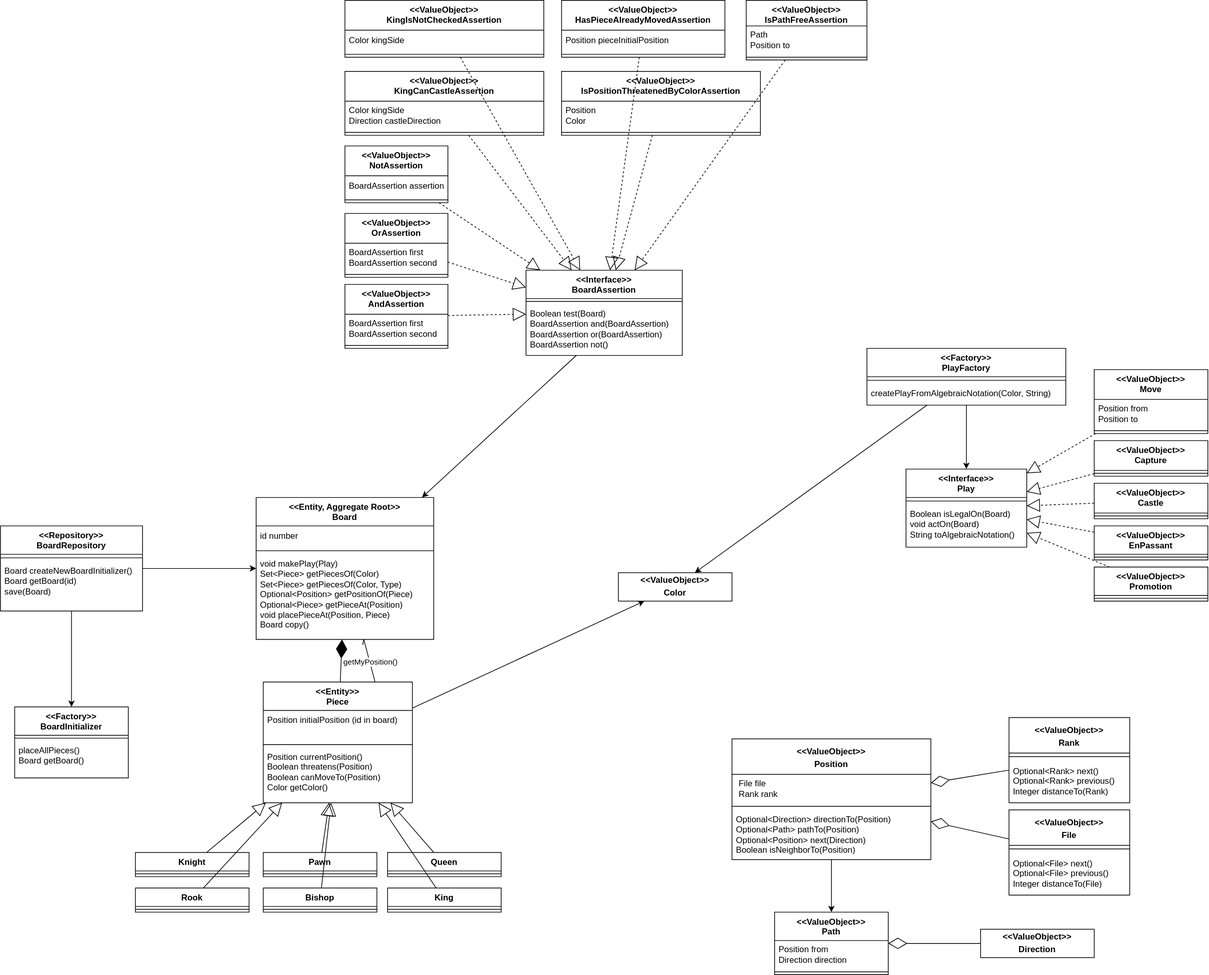
Earlier version of the draw.io export model.svg (santunioni/Chessboard). Source tidied: cells renumbered, new cells last; positions are measured from the earlier drawing's top-left corner, leaving out a move shared by most shapes.
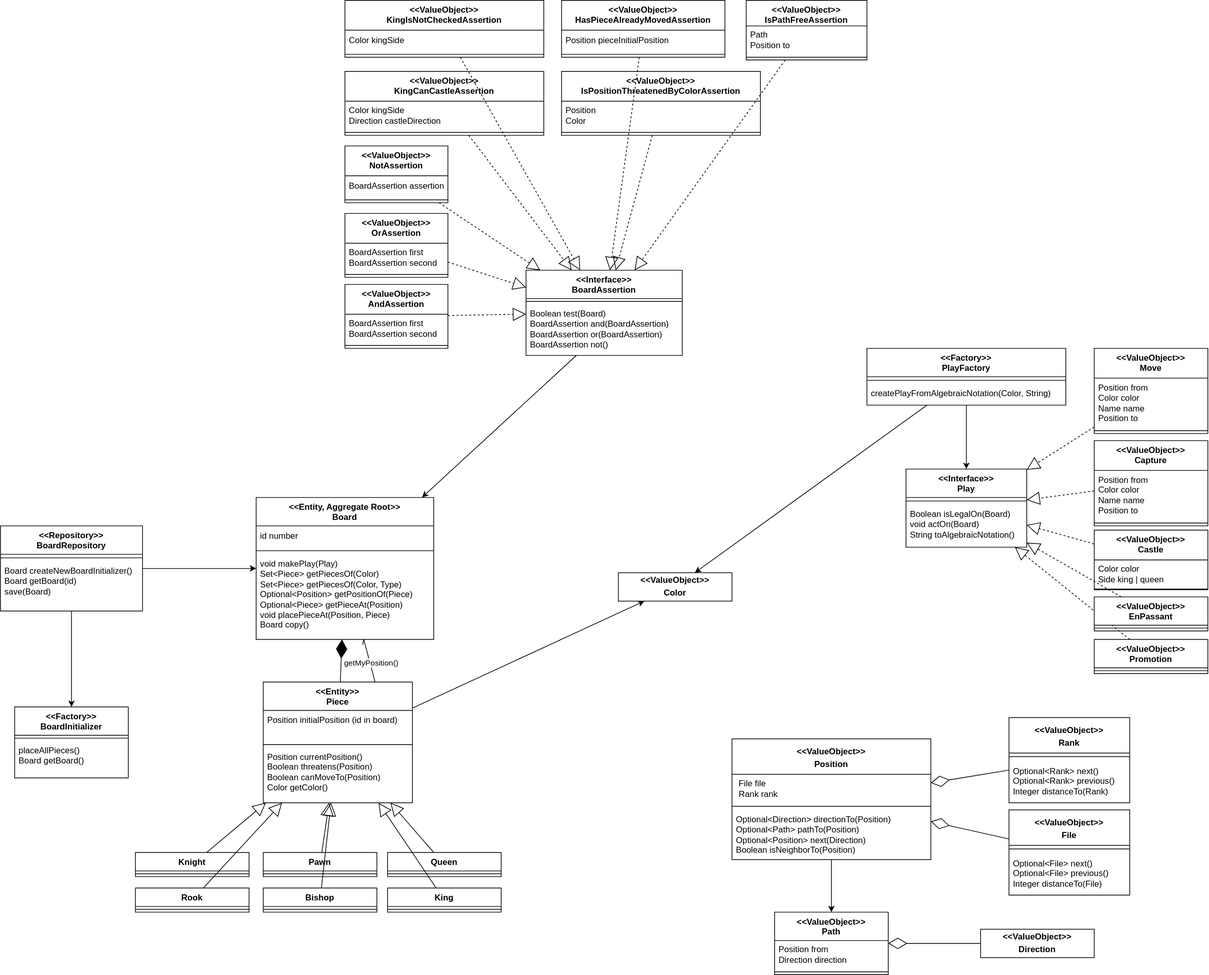
Above is the later version.

Diff of the diagram source:
```diff
@@ -92,29 +92,17 @@
     <mxCell id="31" value="&lt;div style=&quot;&quot;&gt;&lt;span style=&quot;background-color: initial;&quot;&gt;Boolean isLegalOn(Board)&lt;/span&gt;&lt;/div&gt;&lt;div style=&quot;&quot;&gt;&lt;span style=&quot;background-color: initial;&quot;&gt;void actOn(Board)&lt;/span&gt;&lt;/div&gt;&lt;div style=&quot;&quot;&gt;&lt;span style=&quot;background-color: initial;&quot;&gt;String toAlgebraicNotation()&lt;/span&gt;&lt;/div&gt;" style="text;html=1;align=left;verticalAlign=top;strokeColor=none;fillColor=none;spacingLeft=4;" parent="29" vertex="1">
       <mxGeometry y="50" width="170" height="60" as="geometry" />
     </mxCell>
-    <mxCell id="32" value="&amp;lt;&amp;lt;ValueObject&amp;gt;&amp;gt;&lt;br&gt;Capture" style="swimlane;fontStyle=1;align=center;verticalAlign=top;horizontal=1;startSize=42;whiteSpace=wrap;html=1;" parent="1" vertex="1">
-      <mxGeometry x="1540" y="620" width="160" height="50" as="geometry" />
-    </mxCell>
-    <mxCell id="33" style="line;strokeWidth=1;fillColor=none;align=left;verticalAlign=middle;spacingTop=-1;spacingLeft=3;spacingRight=3;labelPosition=right;strokeColor=inherit;" parent="32" vertex="1">
-      <mxGeometry y="42" width="160" height="8" as="geometry" />
-    </mxCell>
-    <mxCell id="34" value="&amp;lt;&amp;lt;ValueObject&amp;gt;&amp;gt;&lt;br&gt;Castle" style="swimlane;fontStyle=1;align=center;verticalAlign=top;horizontal=1;startSize=42;whiteSpace=wrap;html=1;" parent="1" vertex="1">
-      <mxGeometry x="1540" y="680" width="160" height="50" as="geometry" />
-    </mxCell>
-    <mxCell id="35" style="line;strokeWidth=1;fillColor=none;align=left;verticalAlign=middle;spacingTop=-1;spacingLeft=3;spacingRight=3;labelPosition=right;strokeColor=inherit;" parent="34" vertex="1">
-      <mxGeometry y="42" width="160" height="8" as="geometry" />
-    </mxCell>
     <mxCell id="36" value="&amp;lt;&amp;lt;ValueObject&amp;gt;&amp;gt;&lt;br&gt;Move" style="swimlane;fontStyle=1;align=center;verticalAlign=top;horizontal=1;startSize=42;whiteSpace=wrap;html=1;" parent="1" vertex="1">
-      <mxGeometry x="1540" y="520" width="160" height="90" as="geometry" />
+      <mxGeometry x="1540" y="490" width="160" height="120" as="geometry" />
     </mxCell>
-    <mxCell id="37" value="&lt;div style=&quot;&quot;&gt;&lt;span style=&quot;background-color: initial;&quot;&gt;Position from&lt;/span&gt;&lt;/div&gt;&lt;div style=&quot;&quot;&gt;&lt;span style=&quot;background-color: initial;&quot;&gt;Position to&lt;/span&gt;&lt;/div&gt;" style="text;html=1;align=left;verticalAlign=middle;strokeColor=none;fillColor=none;spacingLeft=4;" parent="36" vertex="1">
-      <mxGeometry y="42" width="160" height="40" as="geometry" />
+    <mxCell id="37" value="&lt;div style=&quot;&quot;&gt;&lt;span style=&quot;background-color: initial;&quot;&gt;Position from&lt;/span&gt;&lt;/div&gt;&lt;div style=&quot;&quot;&gt;&lt;span style=&quot;background-color: initial;&quot;&gt;Color color&lt;/span&gt;&lt;/div&gt;&lt;div style=&quot;&quot;&gt;&lt;span style=&quot;background-color: initial;&quot;&gt;Name name&lt;/span&gt;&lt;/div&gt;&lt;div style=&quot;&quot;&gt;&lt;span style=&quot;background-color: initial;&quot;&gt;Position to&lt;/span&gt;&lt;/div&gt;" style="text;html=1;align=left;verticalAlign=middle;strokeColor=none;fillColor=none;spacingLeft=4;" parent="36" vertex="1">
+      <mxGeometry y="42" width="160" height="70" as="geometry" />
     </mxCell>
     <mxCell id="38" style="line;strokeWidth=1;fillColor=none;align=left;verticalAlign=middle;spacingTop=-1;spacingLeft=3;spacingRight=3;labelPosition=right;strokeColor=inherit;" parent="36" vertex="1">
-      <mxGeometry y="82" width="160" height="8" as="geometry" />
+      <mxGeometry y="112" width="160" height="8" as="geometry" />
     </mxCell>
     <mxCell id="39" value="&amp;lt;&amp;lt;ValueObject&amp;gt;&amp;gt;&lt;br&gt;Promotion" style="swimlane;fontStyle=1;align=center;verticalAlign=top;horizontal=1;startSize=40;whiteSpace=wrap;html=1;" parent="1" vertex="1">
-      <mxGeometry x="1540" y="798" width="160" height="48" as="geometry" />
+      <mxGeometry x="1540" y="900" width="160" height="48" as="geometry" />
     </mxCell>
     <mxCell id="40" style="line;strokeWidth=1;fillColor=none;align=left;verticalAlign=middle;spacingTop=-1;spacingLeft=3;spacingRight=3;labelPosition=right;strokeColor=inherit;" parent="39" vertex="1">
       <mxGeometry y="40" width="160" height="8" as="geometry" />
@@ -276,7 +264,7 @@
       <mxGeometry y="60" width="170" height="60" as="geometry" />
     </mxCell>
     <mxCell id="93" value="&amp;lt;&amp;lt;ValueObject&amp;gt;&amp;gt;&lt;br&gt;EnPassant" style="swimlane;fontStyle=1;align=center;verticalAlign=top;horizontal=1;startSize=40;whiteSpace=wrap;html=1;" parent="1" vertex="1">
-      <mxGeometry x="1540" y="740" width="160" height="48" as="geometry" />
+      <mxGeometry x="1540" y="840" width="160" height="48" as="geometry" />
     </mxCell>
     <mxCell id="94" style="line;strokeWidth=1;fillColor=none;align=left;verticalAlign=middle;spacingTop=-1;spacingLeft=3;spacingRight=3;labelPosition=right;strokeColor=inherit;" parent="93" vertex="1">
       <mxGeometry y="40" width="160" height="8" as="geometry" />
@@ -353,5 +341,23 @@
     <mxCell id="118" style="endArrow=block;endSize=16;endFill=0;html=1;rounded=0;dashed=1;" parent="1" edge="1" source="113" target="51">
       <mxGeometry relative="1" as="geometry" />
     </mxCell>
+    <mxCell id="32" value="&amp;lt;&amp;lt;ValueObject&amp;gt;&amp;gt;&lt;br&gt;Capture" style="swimlane;fontStyle=1;align=center;verticalAlign=top;horizontal=1;startSize=42;whiteSpace=wrap;html=1;" parent="1" vertex="1">
+      <mxGeometry x="1540" y="620" width="160" height="120" as="geometry" />
+    </mxCell>
+    <mxCell id="119" value="&lt;div style=&quot;&quot;&gt;&lt;span style=&quot;background-color: initial;&quot;&gt;Position from&lt;/span&gt;&lt;/div&gt;&lt;div style=&quot;&quot;&gt;&lt;span style=&quot;background-color: initial;&quot;&gt;Color color&lt;/span&gt;&lt;/div&gt;&lt;div style=&quot;&quot;&gt;&lt;span style=&quot;background-color: initial;&quot;&gt;Name name&lt;/span&gt;&lt;/div&gt;&lt;div style=&quot;&quot;&gt;&lt;span style=&quot;background-color: initial;&quot;&gt;Position to&lt;/span&gt;&lt;/div&gt;" style="text;html=1;align=left;verticalAlign=middle;strokeColor=none;fillColor=none;spacingLeft=4;" parent="32" vertex="1">
+      <mxGeometry y="42" width="160" height="70" as="geometry" />
+    </mxCell>
+    <mxCell id="33" style="line;strokeWidth=1;fillColor=none;align=left;verticalAlign=middle;spacingTop=-1;spacingLeft=3;spacingRight=3;labelPosition=right;strokeColor=inherit;" parent="32" vertex="1">
+      <mxGeometry y="112" width="160" height="8" as="geometry" />
+    </mxCell>
+    <mxCell id="34" value="&amp;lt;&amp;lt;ValueObject&amp;gt;&amp;gt;&lt;br&gt;Castle" style="swimlane;fontStyle=1;align=center;verticalAlign=top;horizontal=1;startSize=42;whiteSpace=wrap;html=1;" parent="1" vertex="1">
+      <mxGeometry x="1540" y="746" width="160" height="84" as="geometry" />
+    </mxCell>
+    <mxCell id="120" value="&lt;div style=&quot;&quot;&gt;&lt;span style=&quot;background-color: initial;&quot;&gt;Color color&lt;/span&gt;&lt;br&gt;&lt;/div&gt;&lt;div style=&quot;&quot;&gt;&lt;span style=&quot;background-color: initial;&quot;&gt;Side king | queen&lt;/span&gt;&lt;/div&gt;" style="text;html=1;align=left;verticalAlign=middle;strokeColor=none;fillColor=none;spacingLeft=4;" parent="34" vertex="1">
+      <mxGeometry y="42" width="160" height="40" as="geometry" />
+    </mxCell>
+    <mxCell id="35" style="line;strokeWidth=1;fillColor=none;align=left;verticalAlign=middle;spacingTop=-1;spacingLeft=3;spacingRight=3;labelPosition=right;strokeColor=inherit;" parent="34" vertex="1">
+      <mxGeometry y="82" width="160" height="2" as="geometry" />
+    </mxCell>
   </root>
 </mxGraphModel>
```
